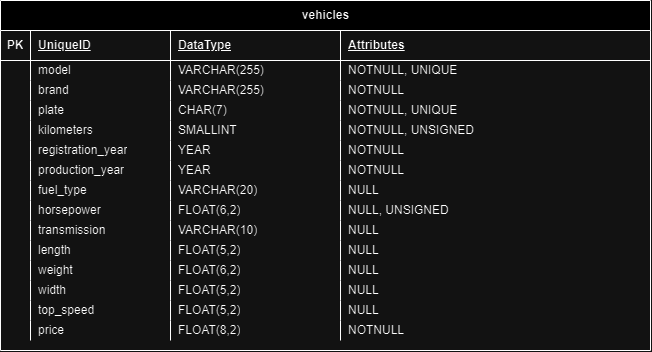
The draw.io diagram db-intro.drawio.png in leonardo-guglielmini/db-first, before a commit. Source tidied: cells renumbered, new cells last; positions are measured from the earlier drawing's top-left corner, leaving out a move shared by most shapes.
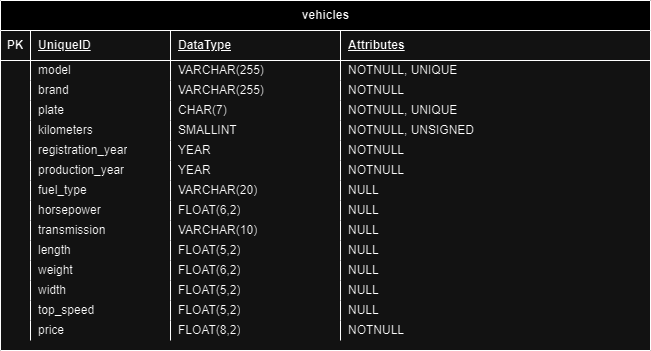
The same file after the commit.

Commit message:
REMOVED unsigned type to horsepower

The edit, as a diff of the source:
```diff
@@ -137,7 +137,7 @@
     <mxCell id="46" value="FLOAT(6,2)" style="shape=partialRectangle;fillColor=none;top=0;left=0;bottom=0;right=0;align=left;spacingLeft=6;overflow=hidden;whiteSpace=wrap;html=1;" parent="43" vertex="1">
       <mxGeometry x="170" width="170" height="20" as="geometry" />
     </mxCell>
-    <mxCell id="47" value="NULL, UNSIGNED" style="shape=partialRectangle;fillColor=none;top=0;left=0;bottom=0;right=0;align=left;spacingLeft=6;overflow=hidden;whiteSpace=wrap;html=1;" parent="43" vertex="1">
+    <mxCell id="47" value="NULL" style="shape=partialRectangle;fillColor=none;top=0;left=0;bottom=0;right=0;align=left;spacingLeft=6;overflow=hidden;whiteSpace=wrap;html=1;" parent="43" vertex="1">
       <mxGeometry x="340" width="310" height="20" as="geometry" />
     </mxCell>
     <mxCell id="48" style="shape=tableRow;horizontal=0;startSize=0;swimlaneHead=0;swimlaneBody=0;fillColor=none;top=0;left=0;right=0;bottom=0;" parent="2" vertex="1">
```
